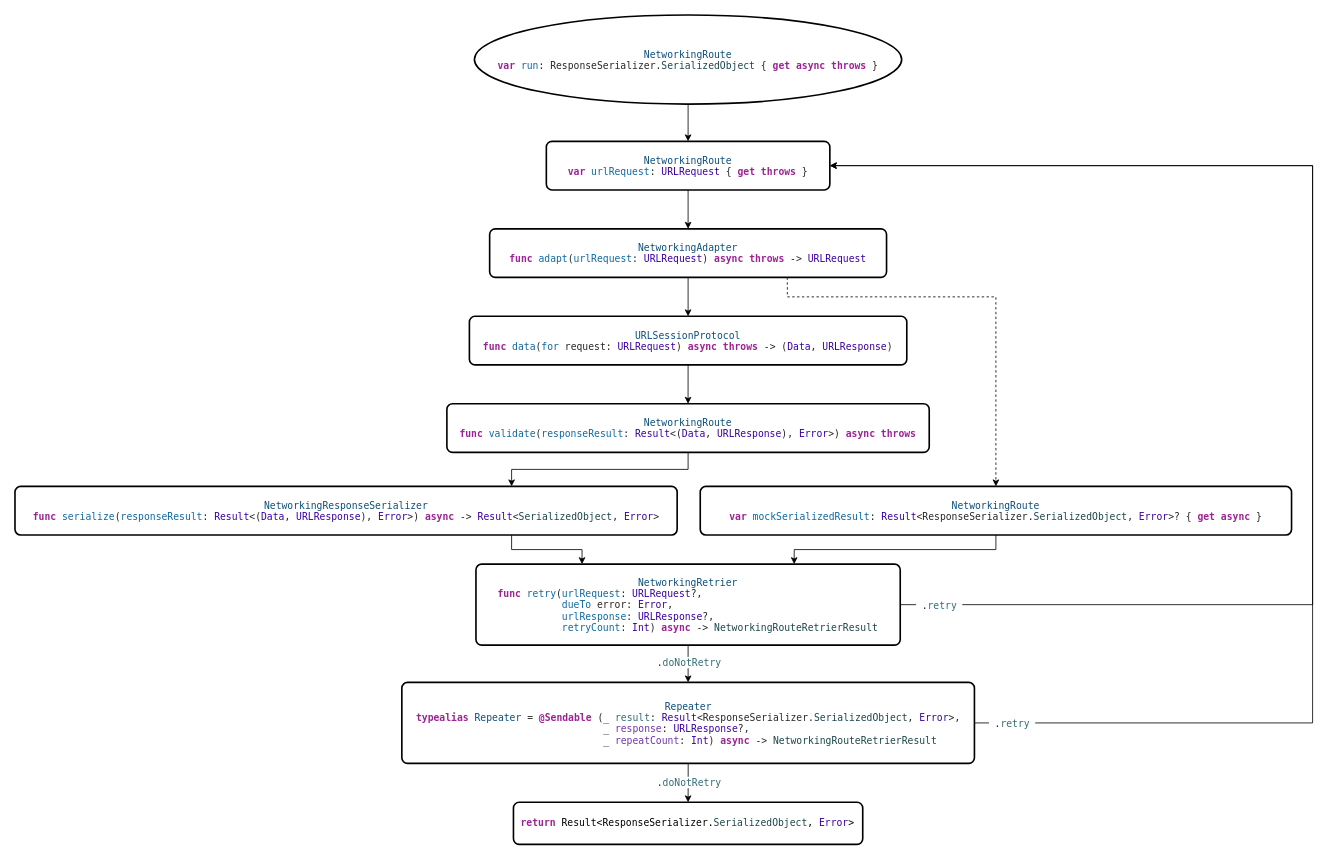
Earlier version of the draw.io diagram Sources/PopNetworking.docc/Resources/pop_diagram.drawio (djk12587/PopNetworking). Source tidied: cells renumbered, new cells numbered last; positions are measured from the earlier drawing's top-left corner, leaving out a move shared by most shapes. Both pictures are drawn from the tidied source at 81%, with x=0, y=0 at pixel (15, 15).
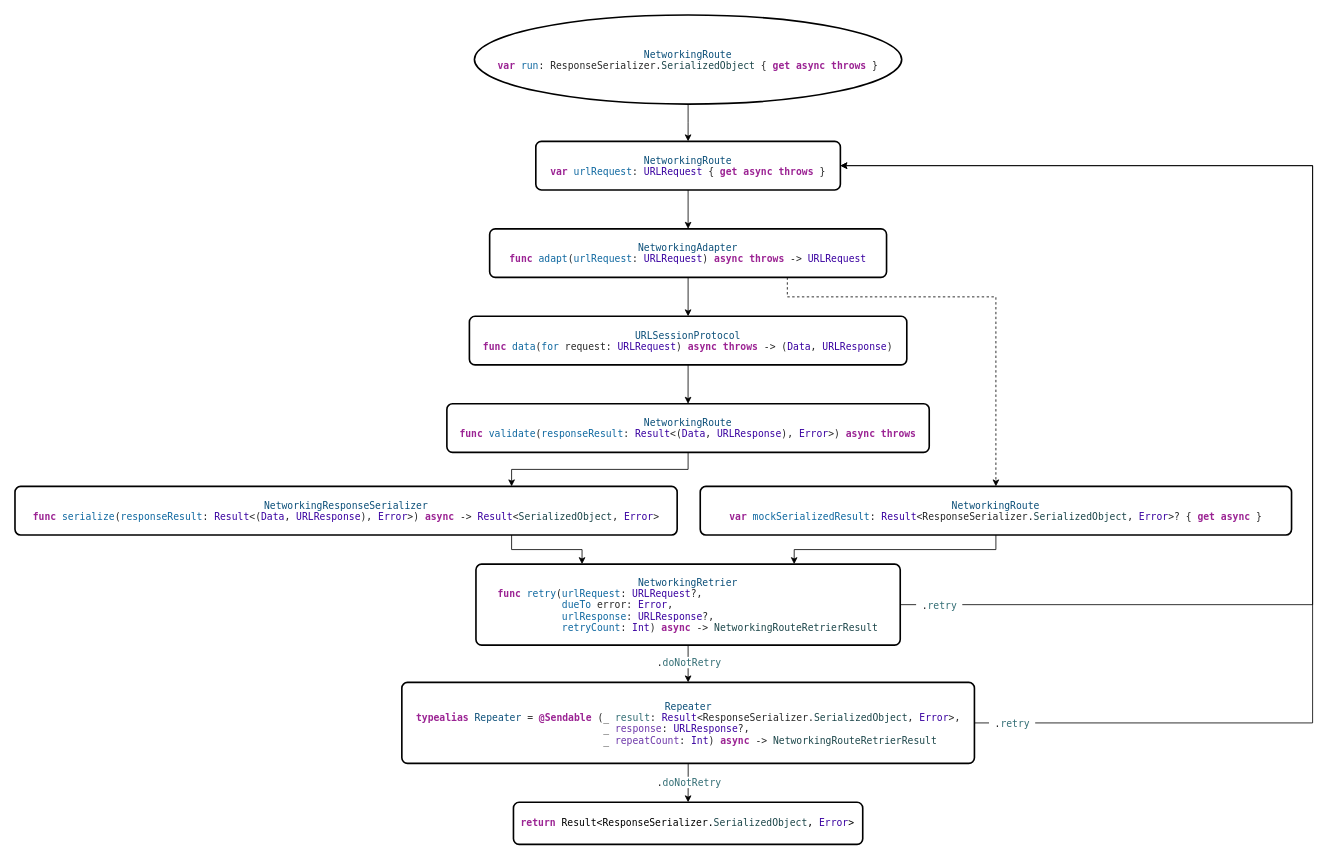
The same diagram, later.

Change to the diagram source:
```diff
@@
-    <mxCell id="5" value="&lt;p style=&quot;margin: 0px; font-style: normal; font-variant-caps: normal; font-width: normal; line-height: normal; font-family: Menlo; font-size-adjust: none; font-kerning: auto; font-variant-alternates: normal; font-variant-ligatures: normal; font-variant-numeric: normal; font-variant-east-asian: normal; font-variant-position: normal; font-feature-settings: normal; font-optical-sizing: auto; font-variation-settings: normal; color: rgb(11, 79, 121); background-color: rgb(255, 255, 255);&quot;&gt;NetworkingRoute&lt;/p&gt;&lt;p style=&quot;margin: 0px; font-style: normal; font-variant-caps: normal; font-weight: normal; font-width: normal; font-size: 12px; line-height: normal; font-family: Menlo; font-size-adjust: none; font-kerning: auto; font-variant-alternates: normal; font-variant-ligatures: normal; font-variant-numeric: normal; font-variant-east-asian: normal; font-variant-position: normal; font-feature-settings: normal; font-optical-sizing: auto; font-variation-settings: normal; color: rgb(155, 35, 147); background-color: rgb(255, 255, 255);&quot;&gt;&lt;b&gt;var&lt;/b&gt;&lt;span style=&quot;color: rgba(0, 0, 0, 0.85);&quot;&gt; &lt;/span&gt;&lt;span style=&quot;color: rgb(15, 104, 160);&quot;&gt;urlRequest&lt;/span&gt;&lt;span style=&quot;color: rgba(0, 0, 0, 0.85);&quot;&gt;: &lt;/span&gt;&lt;span style=&quot;color: rgb(57, 0, 160);&quot;&gt;URLRequest&lt;/span&gt;&lt;span style=&quot;color: rgba(0, 0, 0, 0.85);&quot;&gt; { &lt;/span&gt;&lt;b&gt;get&lt;/b&gt;&lt;span style=&quot;color: rgba(0, 0, 0, 0.85);&quot;&gt; &lt;/span&gt;&lt;b&gt;throws&lt;/b&gt;&lt;span style=&quot;color: rgba(0, 0, 0, 0.85);&quot;&gt; }&lt;/span&gt;&lt;/p&gt;" style="rounded=1;whiteSpace=wrap;html=1;absoluteArcSize=1;arcSize=14;strokeWidth=2;fillColor=light-dark(#FFFFFF,#121212);" parent="1" vertex="1">
-      <mxGeometry x="656" y="156" width="350" height="60" as="geometry" />
+    <mxCell id="5" value="&lt;p style=&quot;margin: 0px; font-style: normal; font-variant-caps: normal; font-width: normal; line-height: normal; font-family: Menlo; font-size-adjust: none; font-kerning: auto; font-variant-alternates: normal; font-variant-ligatures: normal; font-variant-numeric: normal; font-variant-east-asian: normal; font-variant-position: normal; font-feature-settings: normal; font-optical-sizing: auto; font-variation-settings: normal; color: rgb(11, 79, 121); background-color: rgb(255, 255, 255);&quot;&gt;NetworkingRoute&lt;/p&gt;&lt;p style=&quot;margin: 0px; font-style: normal; font-variant-caps: normal; font-weight: normal; font-width: normal; font-size: 12px; line-height: normal; font-family: Menlo; font-size-adjust: none; font-kerning: auto; font-variant-alternates: normal; font-variant-ligatures: normal; font-variant-numeric: normal; font-variant-east-asian: normal; font-variant-position: normal; font-feature-settings: normal; font-optical-sizing: auto; font-variation-settings: normal; color: rgb(155, 35, 147); background-color: rgb(255, 255, 255);&quot;&gt;&lt;b&gt;var&lt;/b&gt;&lt;span style=&quot;color: rgba(0, 0, 0, 0.85);&quot;&gt; &lt;/span&gt;&lt;span style=&quot;color: rgb(15, 104, 160);&quot;&gt;urlRequest&lt;/span&gt;&lt;span style=&quot;color: rgba(0, 0, 0, 0.85);&quot;&gt;: &lt;/span&gt;&lt;span style=&quot;color: rgb(57, 0, 160);&quot;&gt;URLRequest&lt;/span&gt;&lt;span style=&quot;color: rgba(0, 0, 0, 0.85);&quot;&gt; { &lt;/span&gt;&lt;b&gt;get async&lt;/b&gt;&lt;span style=&quot;color: rgba(0, 0, 0, 0.85);&quot;&gt; &lt;/span&gt;&lt;b&gt;throws&lt;/b&gt;&lt;span style=&quot;color: rgba(0, 0, 0, 0.85);&quot;&gt; }&lt;/span&gt;&lt;/p&gt;" style="rounded=1;whiteSpace=wrap;html=1;absoluteArcSize=1;arcSize=14;strokeWidth=2;fillColor=light-dark(#FFFFFF,#121212);" parent="1" vertex="1">
+      <mxGeometry x="643" y="156" width="376" height="60" as="geometry" />
     </mxCell>
```
